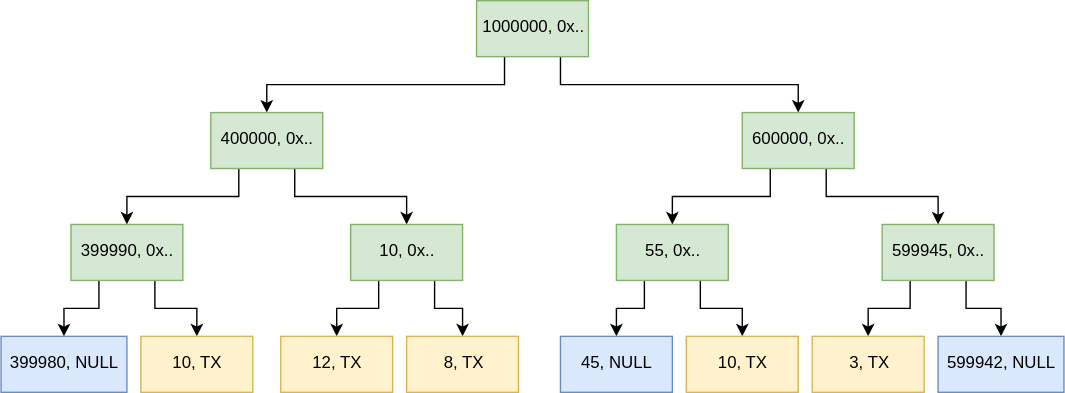
This is plasma cashflow state.svg from snjax/drawio, a draw.io export, as it was before one commit. Source tidied: cells renumbered, new cells last; positions are measured from the earlier drawing's top-left corner, leaving out a move shared by most shapes.
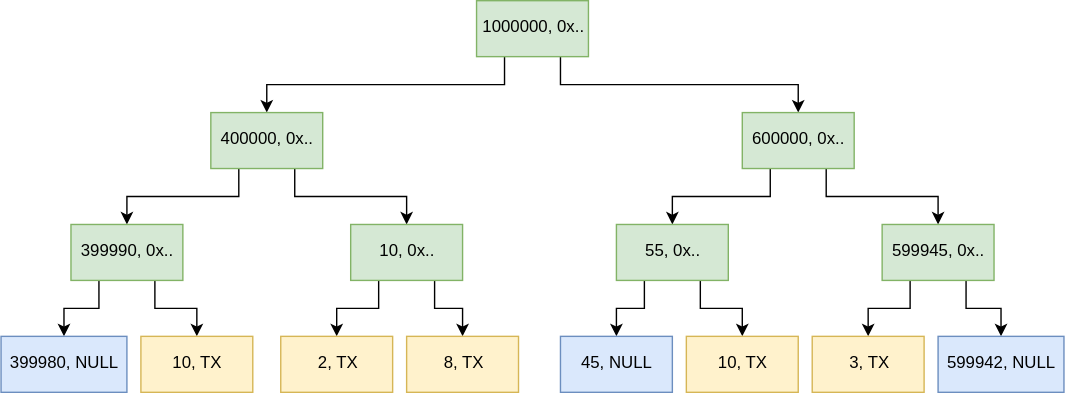
The same diagram one commit later.

What changed in the source:
```diff
@@ -71,7 +71,7 @@
     <mxCell id="24" value="10, TX" style="rounded=0;whiteSpace=wrap;html=1;fillColor=#fff2cc;strokeColor=#d6b656;" parent="1" vertex="1">
       <mxGeometry x="100" y="240" width="80" height="40" as="geometry" />
     </mxCell>
-    <mxCell id="25" value="12, TX" style="rounded=0;whiteSpace=wrap;html=1;fillColor=#fff2cc;strokeColor=#d6b656;" parent="1" vertex="1">
+    <mxCell id="25" value="2, TX" style="rounded=0;whiteSpace=wrap;html=1;fillColor=#fff2cc;strokeColor=#d6b656;" parent="1" vertex="1">
       <mxGeometry x="200" y="240" width="80" height="40" as="geometry" />
     </mxCell>
     <mxCell id="26" value="8, TX" style="rounded=0;whiteSpace=wrap;html=1;fillColor=#fff2cc;strokeColor=#d6b656;" parent="1" vertex="1">
```
